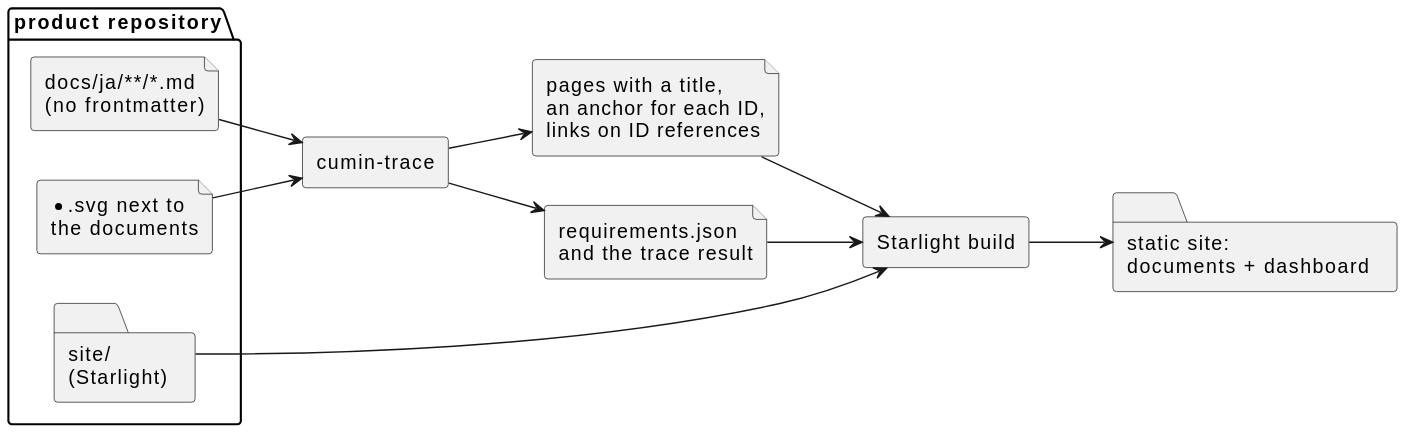
Above: docs/ja/requirements/site/site-build.svg in cloveclovedev/cumin-trace (PlantUML), before the change.
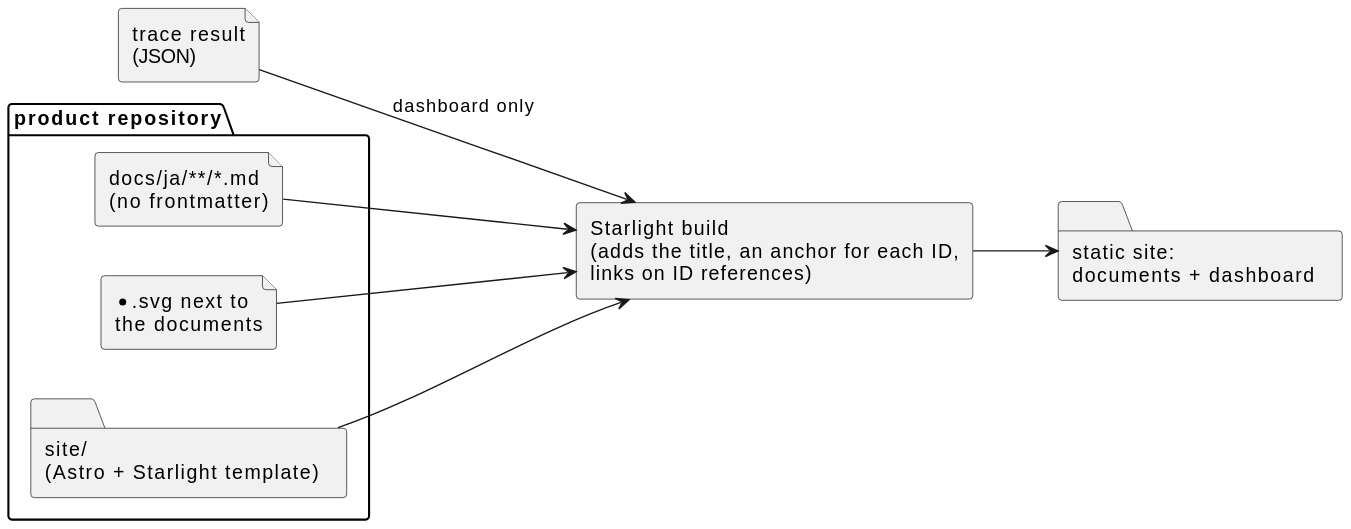
The same diagram one commit later.

Commit message:
docs(requirements): build the site from the documents and the diagrams only (#86)

What changed in the source:
```diff
@@ -5,21 +5,16 @@
 package "product repository" {
   file "docs/ja/**/*.md\n(no frontmatter)" as md
   file "*.svg next to\nthe documents" as svg
-  folder "site/\n(Starlight)" as tpl
+  folder "site/\n(Astro + Starlight template)" as tpl
 }
 
-rectangle "cumin-trace" as ct
-file "pages with a title,\nan anchor for each ID,\nlinks on ID references" as pages
-file "requirements.json\nand the trace result" as data
-rectangle "Starlight build" as build
+file "trace result\n(JSON)" as data
+rectangle "Starlight build\n(adds the title, an anchor for each ID,\nlinks on ID references)" as build
 folder "static site:\ndocuments + dashboard" as out
 
-md --> ct
-svg --> ct
-ct --> pages
-ct --> data
-pages --> build
-data --> build
+md --> build
+svg --> build
 tpl --> build
+data --> build : dashboard only
 build --> out
 @enduml
```
